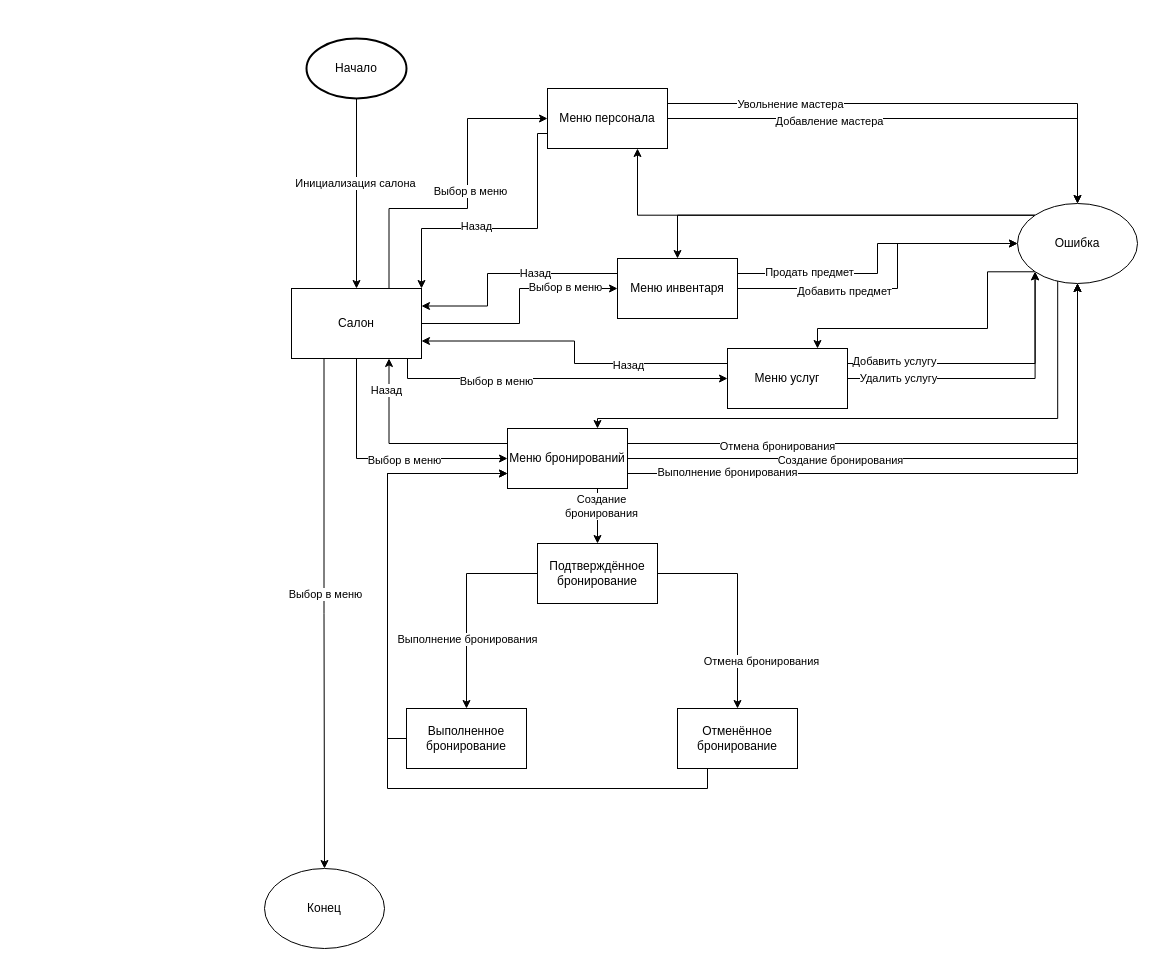
This is lab1/uml/states_diagram.drawio from Andrewvvvw/PPOIS4, a draw.io file, before an edit. Source tidied: cells renumbered, new cells numbered last; positions are measured from the earlier drawing's top-left corner, leaving out a move shared by most shapes. Both pictures are drawn from the tidied source at 100%, with x=0, y=0 at pixel (264, 38).
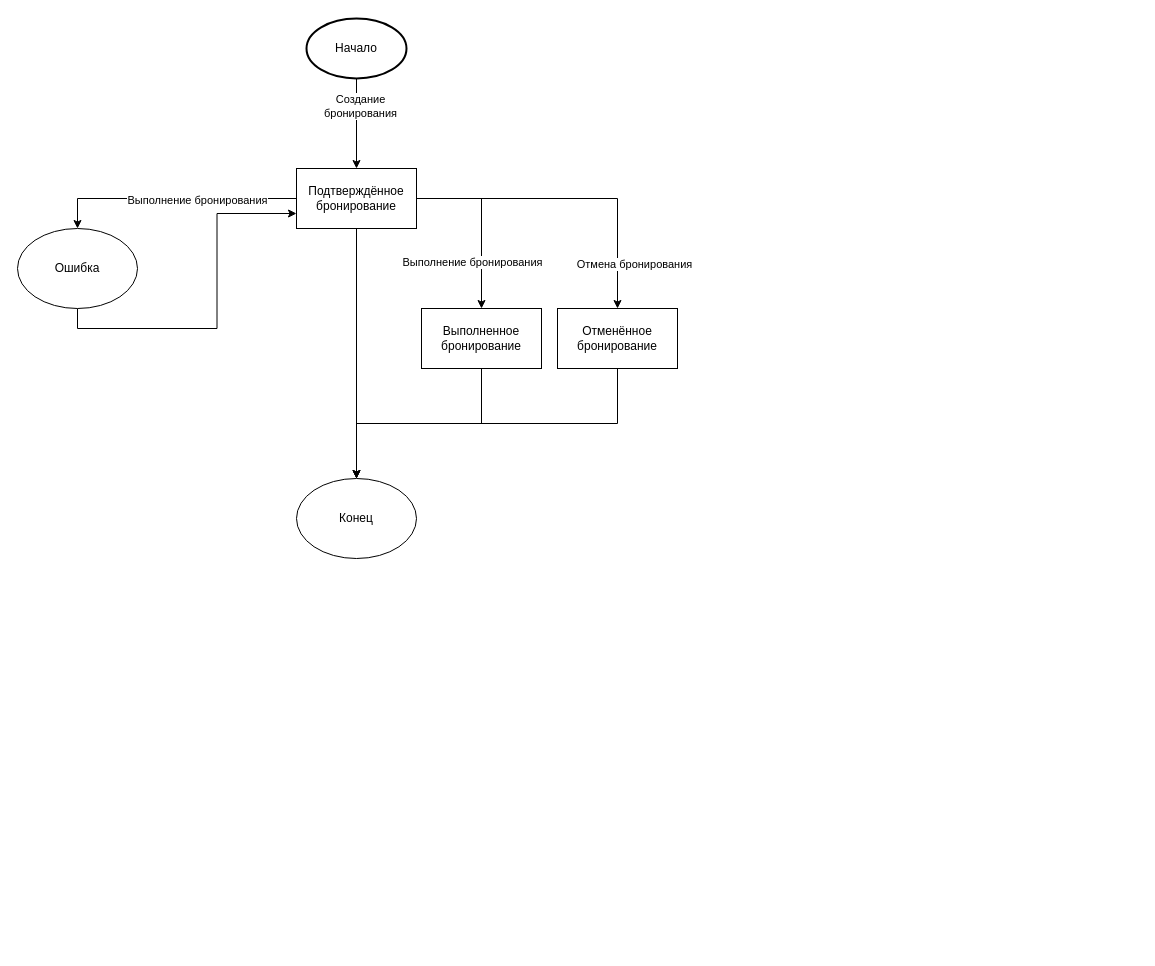
After the change.

Unchanged cells that the change refers to:
```xml
<mxCell id="53" style="edgeStyle=orthogonalEdgeStyle;rounded=0;jettySize=auto;html=1;" parent="1" edge="1" source="57" target="59">
  <mxGeometry relative="1" as="geometry" />
</mxCell>
```

The edit, as a diff of the source:
```diff
@@
-    <mxCell id="2" style="edgeStyle=orthogonalEdgeStyle;rounded=0;jettySize=auto;html=1;" parent="1" edge="1" source="4" target="17">
-      <mxGeometry relative="1" as="geometry" />
-    </mxCell>
-    <mxCell id="3" value="Инициализация салона" style="edgeLabel;html=1;align=center;verticalAlign=middle;" parent="2" vertex="1">
-      <mxGeometry x="-0.12" y="-2" relative="1" as="geometry" />
-    </mxCell>
     <mxCell id="4" value="Начало" style="strokeWidth=2;html=1;shape=mxgraph.flowchart.start_1;whiteSpace=wrap;" parent="1" vertex="1">
-      <mxGeometry x="42" width="100" height="60" as="geometry" />
+      <mxGeometry x="42" y="-20" width="100" height="60" as="geometry" />
     </mxCell>
-    <mxCell id="5" style="edgeStyle=orthogonalEdgeStyle;rounded=0;jettySize=auto;html=1;exitX=0.75;exitY=0;exitDx=0;exitDy=0;entryX=0;entryY=0.5;entryDx=0;entryDy=0;" parent="1" edge="1" source="17" target="24">
-      <mxGeometry relative="1" as="geometry">
-        <Array as="points">
-          <mxPoint x="125" y="170" />
-          <mxPoint x="203" y="170" />
-          <mxPoint x="203" y="80" />
-        </Array>
-      </mxGeometry>
-    </mxCell>
-    <mxCell id="6" value="Выбор в меню" style="edgeLabel;html=1;align=center;verticalAlign=middle;" parent="5" vertex="1">
-      <mxGeometry x="0.07" y="-2" relative="1" as="geometry" />
-    </mxCell>
-    <mxCell id="7" style="edgeStyle=orthogonalEdgeStyle;rounded=0;jettySize=auto;html=1;exitX=1;exitY=0.5;exitDx=0;exitDy=0;entryX=0;entryY=0.5;entryDx=0;entryDy=0;" parent="1" edge="1" source="17" target="36">
-      <mxGeometry relative="1" as="geometry" />
-    </mxCell>
-    <mxCell id="8" value="Выбор в меню" style="edgeLabel;html=1;align=center;verticalAlign=middle;" parent="7" vertex="1">
-      <mxGeometry x="0.54" y="2" relative="1" as="geometry" />
-    </mxCell>
-    <mxCell id="9" style="edgeStyle=orthogonalEdgeStyle;rounded=0;jettySize=auto;html=1;exitX=0.5;exitY=1;exitDx=0;exitDy=0;entryX=0;entryY=0.5;entryDx=0;entryDy=0;" parent="1" edge="1" source="17" target="45">
-      <mxGeometry relative="1" as="geometry" />
-    </mxCell>
-    <mxCell id="10" value="Выбор в меню" style="edgeLabel;html=1;align=center;verticalAlign=middle;" parent="9" vertex="1">
-      <mxGeometry x="0.17" y="-1" relative="1" as="geometry" />
-    </mxCell>
-    <mxCell id="11" style="edgeStyle=orthogonalEdgeStyle;rounded=0;jettySize=auto;html=1;exitX=0.75;exitY=1;exitDx=0;exitDy=0;entryX=0;entryY=0.5;entryDx=0;entryDy=0;" parent="1" edge="1" source="17" target="52">
-      <mxGeometry relative="1" as="geometry">
-        <Array as="points">
-          <mxPoint x="143" y="320" />
-          <mxPoint x="143" y="340" />
-        </Array>
-      </mxGeometry>
-    </mxCell>
-    <mxCell id="12" value="Выбор в меню" style="edgeLabel;html=1;align=center;verticalAlign=middle;" parent="11" vertex="1">
-      <mxGeometry x="-0.29" y="-2" relative="1" as="geometry" />
-    </mxCell>
-    <mxCell id="13" style="edgeStyle=orthogonalEdgeStyle;rounded=0;jettySize=auto;html=1;exitX=0.75;exitY=1;exitDx=0;exitDy=0;entryX=0.5;entryY=0;entryDx=0;entryDy=0;" parent="1" edge="1" source="45" target="57">
+    <mxCell id="13" style="edgeStyle=orthogonalEdgeStyle;rounded=0;jettySize=auto;html=1;exitX=0.5;exitY=1;exitDx=0;exitDy=0;entryX=0.5;entryY=0;entryDx=0;entryDy=0;exitPerimeter=0;" parent="1" edge="1" source="4" target="57">
       <mxGeometry relative="1" as="geometry" />
     </mxCell>
@@
-    <mxCell id="15" style="edgeStyle=orthogonalEdgeStyle;rounded=0;jettySize=auto;html=1;exitX=0.25;exitY=1;exitDx=0;exitDy=0;" parent="1" edge="1" source="17" target="62">
-      <mxGeometry relative="1" as="geometry" />
-    </mxCell>
-    <mxCell id="16" value="Выбор в меню" style="edgeLabel;html=1;align=center;verticalAlign=middle;" parent="15" vertex="1">
-      <mxGeometry x="-0.51" y="-1" relative="1" as="geometry">
-        <mxPoint x="2" y="110" as="offset" />
-      </mxGeometry>
-    </mxCell>
-    <mxCell id="17" value="Салон" style="rounded=0;whiteSpace=wrap;html=1;" parent="1" vertex="1">
-      <mxGeometry x="27" y="250" width="130" height="70" as="geometry" />
-    </mxCell>
-    <mxCell id="18" style="edgeStyle=orthogonalEdgeStyle;rounded=0;jettySize=auto;html=1;exitX=1;exitY=0.5;exitDx=0;exitDy=0;entryX=0.5;entryY=0;entryDx=0;entryDy=0;" parent="1" edge="1" source="24" target="29">
-      <mxGeometry relative="1" as="geometry" />
-    </mxCell>
-    <mxCell id="19" value="Добавление мастера" style="edgeLabel;html=1;align=center;verticalAlign=middle;" parent="18" vertex="1">
-      <mxGeometry x="-0.35" y="-2" relative="1" as="geometry" />
-    </mxCell>
-    <mxCell id="20" style="edgeStyle=orthogonalEdgeStyle;rounded=0;jettySize=auto;html=1;exitX=1;exitY=0.25;exitDx=0;exitDy=0;entryX=0.5;entryY=0;entryDx=0;entryDy=0;" parent="1" edge="1" source="24" target="29">
-      <mxGeometry relative="1" as="geometry" />
-    </mxCell>
-    <mxCell id="21" value="Увольнение мастера" style="edgeLabel;html=1;align=center;verticalAlign=middle;" parent="20" vertex="1">
-      <mxGeometry x="-0.52" relative="1" as="geometry" />
-    </mxCell>
-    <mxCell id="22" style="edgeStyle=orthogonalEdgeStyle;rounded=0;jettySize=auto;html=1;exitX=0;exitY=0.75;exitDx=0;exitDy=0;entryX=1;entryY=0;entryDx=0;entryDy=0;" parent="1" edge="1" source="24" target="17">
-      <mxGeometry relative="1" as="geometry">
-        <Array as="points">
-          <mxPoint x="273" y="95" />
-          <mxPoint x="273" y="190" />
-          <mxPoint x="157" y="190" />
-        </Array>
-      </mxGeometry>
-    </mxCell>
-    <mxCell id="23" value="Назад" style="edgeLabel;html=1;align=center;verticalAlign=middle;" parent="22" vertex="1">
-      <mxGeometry x="0.19" y="-3" relative="1" as="geometry" />
-    </mxCell>
-    <mxCell id="24" value="Меню персонала" style="rounded=0;whiteSpace=wrap;html=1;" parent="1" vertex="1">
-      <mxGeometry x="283" y="50" width="120" height="60" as="geometry" />
-    </mxCell>
-    <mxCell id="25" style="edgeStyle=orthogonalEdgeStyle;rounded=0;jettySize=auto;html=1;exitX=0;exitY=0;exitDx=0;exitDy=0;entryX=0.5;entryY=0;entryDx=0;entryDy=0;" parent="1" edge="1" source="29" target="36">
-      <mxGeometry relative="1" as="geometry" />
-    </mxCell>
-    <mxCell id="26" style="edgeStyle=orthogonalEdgeStyle;rounded=0;jettySize=auto;html=1;exitX=0;exitY=0;exitDx=0;exitDy=0;entryX=0.75;entryY=1;entryDx=0;entryDy=0;" parent="1" edge="1" source="29" target="24">
-      <mxGeometry relative="1" as="geometry" />
-    </mxCell>
-    <mxCell id="27" style="edgeStyle=orthogonalEdgeStyle;rounded=0;jettySize=auto;html=1;exitX=0;exitY=1;exitDx=0;exitDy=0;entryX=0.75;entryY=0;entryDx=0;entryDy=0;" parent="1" edge="1" source="29" target="52">
-      <mxGeometry relative="1" as="geometry">
-        <Array as="points">
-          <mxPoint x="723" y="233" />
-          <mxPoint x="723" y="290" />
-          <mxPoint x="553" y="290" />
-        </Array>
-      </mxGeometry>
-    </mxCell>
-    <mxCell id="28" style="edgeStyle=orthogonalEdgeStyle;rounded=0;jettySize=auto;html=1;entryX=0.75;entryY=0;entryDx=0;entryDy=0;exitX=0.335;exitY=0.938;exitDx=0;exitDy=0;exitPerimeter=0;" parent="1" edge="1" source="29" target="45">
-      <mxGeometry relative="1" as="geometry">
-        <Array as="points">
-          <mxPoint x="793" y="380" />
-          <mxPoint x="333" y="380" />
-        </Array>
-      </mxGeometry>
-    </mxCell>
-    <mxCell id="29" value="Ошибка" style="ellipse;whiteSpace=wrap;html=1;" parent="1" vertex="1">
-      <mxGeometry x="753" y="165" width="120" height="80" as="geometry" />
-    </mxCell>
-    <mxCell id="30" style="edgeStyle=orthogonalEdgeStyle;rounded=0;jettySize=auto;html=1;exitX=1;exitY=0.25;exitDx=0;exitDy=0;entryX=0;entryY=0.5;entryDx=0;entryDy=0;" parent="1" edge="1" source="36" target="29">
-      <mxGeometry relative="1" as="geometry" />
-    </mxCell>
-    <mxCell id="31" value="Продать предмет" style="edgeLabel;html=1;align=center;verticalAlign=middle;" parent="30" vertex="1">
-      <mxGeometry x="-0.54" y="2" relative="1" as="geometry" />
-    </mxCell>
-    <mxCell id="32" style="edgeStyle=orthogonalEdgeStyle;rounded=0;jettySize=auto;html=1;exitX=1;exitY=0.5;exitDx=0;exitDy=0;entryX=0;entryY=0.5;entryDx=0;entryDy=0;" parent="1" edge="1" source="36" target="29">
-      <mxGeometry relative="1" as="geometry">
-        <Array as="points">
-          <mxPoint x="633" y="250" />
-          <mxPoint x="633" y="205" />
-        </Array>
-      </mxGeometry>
-    </mxCell>
-    <mxCell id="33" value="Добавить предмет" style="edgeLabel;html=1;align=center;verticalAlign=middle;" parent="32" vertex="1">
-      <mxGeometry x="-0.35" y="-2" relative="1" as="geometry" />
-    </mxCell>
-    <mxCell id="34" style="edgeStyle=orthogonalEdgeStyle;rounded=0;jettySize=auto;html=1;exitX=0;exitY=0.25;exitDx=0;exitDy=0;entryX=1;entryY=0.25;entryDx=0;entryDy=0;" parent="1" edge="1" source="36" target="17">
-      <mxGeometry relative="1" as="geometry">
-        <Array as="points">
-          <mxPoint x="223" y="235" />
-          <mxPoint x="223" y="268" />
-        </Array>
-      </mxGeometry>
-    </mxCell>
-    <mxCell id="35" value="Назад" style="edgeLabel;html=1;align=center;verticalAlign=middle;" parent="34" vertex="1">
-      <mxGeometry x="-0.27" y="-1" relative="1" as="geometry" />
-    </mxCell>
-    <mxCell id="36" value="Меню инвентаря" style="rounded=0;whiteSpace=wrap;html=1;" parent="1" vertex="1">
-      <mxGeometry x="353" y="220" width="120" height="60" as="geometry" />
-    </mxCell>
-    <mxCell id="37" style="edgeStyle=orthogonalEdgeStyle;rounded=0;jettySize=auto;html=1;exitX=1;exitY=0.5;exitDx=0;exitDy=0;entryX=0.5;entryY=1;entryDx=0;entryDy=0;" parent="1" edge="1" source="45" target="29">
-      <mxGeometry relative="1" as="geometry" />
-    </mxCell>
-    <mxCell id="38" value="Создание бронирования" style="edgeLabel;html=1;align=center;verticalAlign=middle;" parent="37" vertex="1">
-      <mxGeometry x="-0.32" y="-1" relative="1" as="geometry" />
-    </mxCell>
-    <mxCell id="39" style="edgeStyle=orthogonalEdgeStyle;rounded=0;jettySize=auto;html=1;exitX=1;exitY=0.25;exitDx=0;exitDy=0;entryX=0.5;entryY=1;entryDx=0;entryDy=0;" parent="1" edge="1" source="45" target="29">
-      <mxGeometry relative="1" as="geometry" />
-    </mxCell>
-    <mxCell id="40" value="Отмена бронирования" style="edgeLabel;html=1;align=center;verticalAlign=middle;" parent="39" vertex="1">
-      <mxGeometry x="-0.51" y="-2" relative="1" as="geometry" />
-    </mxCell>
-    <mxCell id="41" style="edgeStyle=orthogonalEdgeStyle;rounded=0;jettySize=auto;html=1;exitX=1;exitY=0.75;exitDx=0;exitDy=0;entryX=0.5;entryY=1;entryDx=0;entryDy=0;" parent="1" edge="1" source="45" target="29">
-      <mxGeometry relative="1" as="geometry" />
-    </mxCell>
-    <mxCell id="42" value="Выполнение бронирования" style="edgeLabel;html=1;align=center;verticalAlign=middle;" parent="41" vertex="1">
-      <mxGeometry x="-0.69" y="2" relative="1" as="geometry" />
-    </mxCell>
-    <mxCell id="43" style="edgeStyle=orthogonalEdgeStyle;rounded=0;jettySize=auto;html=1;exitX=0;exitY=0.25;exitDx=0;exitDy=0;entryX=0.75;entryY=1;entryDx=0;entryDy=0;" parent="1" edge="1" source="45" target="17">
-      <mxGeometry relative="1" as="geometry" />
-    </mxCell>
-    <mxCell id="44" value="Назад" style="edgeLabel;html=1;align=center;verticalAlign=middle;" parent="43" vertex="1">
-      <mxGeometry x="0.69" y="3" relative="1" as="geometry" />
-    </mxCell>
-    <mxCell id="45" value="Меню бронирований" style="rounded=0;whiteSpace=wrap;html=1;" parent="1" vertex="1">
-      <mxGeometry x="243" y="390" width="120" height="60" as="geometry" />
-    </mxCell>
-    <mxCell id="46" style="edgeStyle=orthogonalEdgeStyle;rounded=0;jettySize=auto;html=1;exitX=1;exitY=0.25;exitDx=0;exitDy=0;entryX=0;entryY=1;entryDx=0;entryDy=0;" parent="1" edge="1" source="52" target="29">
-      <mxGeometry relative="1" as="geometry" />
-    </mxCell>
-    <mxCell id="47" value="Добавить услугу" style="edgeLabel;html=1;align=center;verticalAlign=middle;" parent="46" vertex="1">
-      <mxGeometry x="-0.67" y="3" relative="1" as="geometry" />
-    </mxCell>
-    <mxCell id="48" style="edgeStyle=orthogonalEdgeStyle;rounded=0;jettySize=auto;html=1;exitX=1;exitY=0.5;exitDx=0;exitDy=0;entryX=0;entryY=1;entryDx=0;entryDy=0;" parent="1" edge="1" source="52" target="29">
-      <mxGeometry relative="1" as="geometry" />
-    </mxCell>
-    <mxCell id="49" value="Удалить услугу" style="edgeLabel;html=1;align=center;verticalAlign=middle;" parent="48" vertex="1">
-      <mxGeometry x="-0.66" y="1" relative="1" as="geometry" />
-    </mxCell>
-    <mxCell id="50" style="edgeStyle=orthogonalEdgeStyle;rounded=0;jettySize=auto;html=1;exitX=0;exitY=0.25;exitDx=0;exitDy=0;entryX=1;entryY=0.75;entryDx=0;entryDy=0;" parent="1" edge="1" source="52" target="17">
-      <mxGeometry relative="1" as="geometry" />
-    </mxCell>
-    <mxCell id="51" value="Назад" style="edgeLabel;html=1;align=center;verticalAlign=middle;" parent="50" vertex="1">
-      <mxGeometry x="-0.39" y="1" relative="1" as="geometry" />
-    </mxCell>
-    <mxCell id="52" value="Меню услуг" style="rounded=0;whiteSpace=wrap;html=1;" parent="1" vertex="1">
-      <mxGeometry x="463" y="310" width="120" height="60" as="geometry" />
-    </mxCell>
@@
     <mxCell id="54" value="Отмена бронирования" style="edgeLabel;html=1;align=center;verticalAlign=middle;" parent="53" vertex="1">
       <mxGeometry x="-0.05" relative="1" as="geometry">
-        <mxPoint x="23" y="65" as="offset" />
+        <mxPoint x="69" y="65" as="offset" />
       </mxGeometry>
     </mxCell>
@@
+    <mxCell id="63" style="edgeStyle=orthogonalEdgeStyle;rounded=0;jettySize=auto;html=1;exitX=0;exitY=0.5;exitDx=0;exitDy=0;entryX=0.5;entryY=0;entryDx=0;entryDy=0;" parent="1" edge="1" source="57" target="29">
+      <mxGeometry relative="1" as="geometry" />
+    </mxCell>
+    <mxCell id="42" value="Выполнение бронирования" style="edgeLabel;html=1;align=center;verticalAlign=middle;" parent="63" vertex="1">
+      <mxGeometry x="-0.2" y="1" relative="1" as="geometry" />
+    </mxCell>
+    <mxCell id="64" style="edgeStyle=orthogonalEdgeStyle;rounded=0;jettySize=auto;html=1;exitX=0.5;exitY=1;exitDx=0;exitDy=0;entryX=0.5;entryY=0;entryDx=0;entryDy=0;" parent="1" edge="1" source="57" target="62">
+      <mxGeometry relative="1" as="geometry" />
+    </mxCell>
     <mxCell id="57" value="Подтверждённое бронирование" style="rounded=0;whiteSpace=wrap;html=1;" parent="1" vertex="1">
-      <mxGeometry x="273" y="505" width="120" height="60" as="geometry" />
+      <mxGeometry x="32" y="130" width="120" height="60" as="geometry" />
     </mxCell>
-    <mxCell id="58" style="edgeStyle=orthogonalEdgeStyle;rounded=0;jettySize=auto;html=1;exitX=0.25;exitY=1;exitDx=0;exitDy=0;entryX=0;entryY=0.75;entryDx=0;entryDy=0;" parent="1" edge="1" source="59" target="45">
-      <mxGeometry relative="1" as="geometry">
-        <Array as="points">
-          <mxPoint x="443" y="750" />
-          <mxPoint x="123" y="750" />
-          <mxPoint x="123" y="435" />
-        </Array>
-      </mxGeometry>
-    </mxCell>
+    <mxCell id="65" style="edgeStyle=orthogonalEdgeStyle;rounded=0;jettySize=auto;html=1;exitX=0.5;exitY=1;exitDx=0;exitDy=0;entryX=0.5;entryY=0;entryDx=0;entryDy=0;" parent="1" edge="1" source="59" target="62">
+      <mxGeometry relative="1" as="geometry" />
+    </mxCell>
     <mxCell id="59" value="Отменённое бронирование" style="whiteSpace=wrap;html=1;rounded=0;" parent="1" vertex="1">
-      <mxGeometry x="413" y="670" width="120" height="60" as="geometry" />
+      <mxGeometry x="293" y="270" width="120" height="60" as="geometry" />
     </mxCell>
-    <mxCell id="60" style="edgeStyle=orthogonalEdgeStyle;rounded=0;jettySize=auto;html=1;exitX=0;exitY=0.5;exitDx=0;exitDy=0;entryX=0;entryY=0.75;entryDx=0;entryDy=0;" parent="1" edge="1" source="61" target="45">
-      <mxGeometry relative="1" as="geometry">
-        <Array as="points">
-          <mxPoint x="123" y="700" />
-          <mxPoint x="123" y="435" />
-        </Array>
-      </mxGeometry>
-    </mxCell>
+    <mxCell id="66" style="edgeStyle=orthogonalEdgeStyle;rounded=0;jettySize=auto;html=1;exitX=0.5;exitY=1;exitDx=0;exitDy=0;entryX=0.5;entryY=0;entryDx=0;entryDy=0;" parent="1" edge="1" source="61" target="62">
+      <mxGeometry relative="1" as="geometry" />
+    </mxCell>
     <mxCell id="61" value="Выполненное бронирование" style="whiteSpace=wrap;html=1;rounded=0;" parent="1" vertex="1">
-      <mxGeometry x="142" y="670" width="120" height="60" as="geometry" />
+      <mxGeometry x="157" y="270" width="120" height="60" as="geometry" />
     </mxCell>
     <mxCell id="62" value="Конец" style="ellipse;whiteSpace=wrap;html=1;" parent="1" vertex="1">
-      <mxGeometry y="830" width="120" height="80" as="geometry" />
+      <mxGeometry x="32" y="440" width="120" height="80" as="geometry" />
     </mxCell>
+    <mxCell id="67" style="edgeStyle=orthogonalEdgeStyle;rounded=0;jettySize=auto;html=1;exitX=0.5;exitY=1;exitDx=0;exitDy=0;entryX=0;entryY=0.75;entryDx=0;entryDy=0;" parent="1" edge="1" source="29" target="57">
+      <mxGeometry relative="1" as="geometry" />
+    </mxCell>
+    <mxCell id="29" value="Ошибка" style="ellipse;whiteSpace=wrap;html=1;" parent="1" vertex="1">
+      <mxGeometry x="-247" y="190" width="120" height="80" as="geometry" />
+    </mxCell>
```
